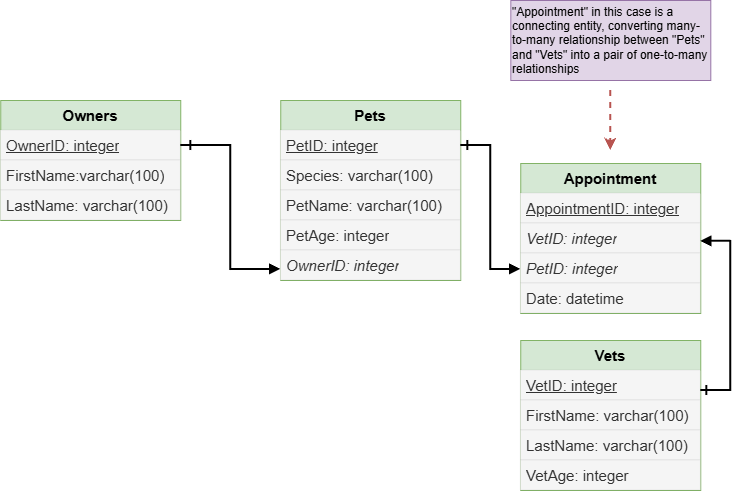
Above: DBModeling_homework2/ER_diagram.png in yliyaa09102007-oss/inno-de-lab-aug-2026_Yuliya_Kozhemyakina- (draw.io), before the change. Source tidied: cells renumbered, new cells last; positions are measured from the earlier drawing's top-left corner, leaving out a move shared by most shapes.
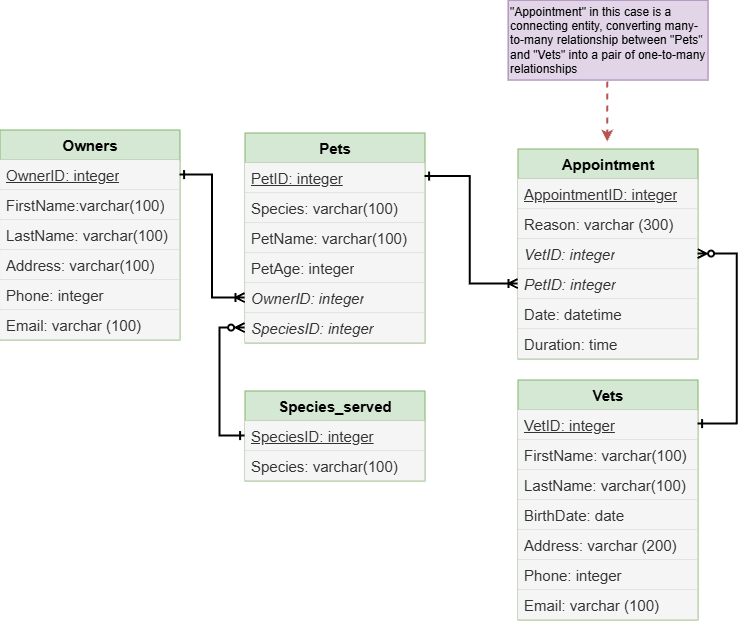
After the change.

Commit message:
Save work before switching to main

Diff of the diagram source:
```diff
@@ -3,7 +3,7 @@
     <mxCell id="0" />
     <mxCell id="1" parent="0" />
     <mxCell id="2" value="&lt;font style=&quot;font-size: 15px;&quot;&gt;&lt;b&gt;Owners&lt;/b&gt;&lt;/font&gt;" style="swimlane;fontStyle=0;horizontal=1;startSize=30;whiteSpace=wrap;html=1;fillColor=#d5e8d4;strokeColor=#82b366;strokeWidth=1;swimlaneFillColor=none;" parent="1" vertex="1">
-      <mxGeometry y="100" width="180" height="120" as="geometry" />
+      <mxGeometry x="2" y="90" width="180" height="210" as="geometry" />
     </mxCell>
     <mxCell id="3" value="&lt;font style=&quot;font-size: 15px;&quot;&gt;&lt;u&gt;OwnerID: integer&lt;/u&gt;&lt;/font&gt;" style="text;strokeColor=#666666;fillColor=#f5f5f5;align=left;verticalAlign=middle;spacingLeft=4;spacingRight=4;overflow=hidden;points=[[0,0.5],[1,0.5]];portConstraint=eastwest;whiteSpace=wrap;html=1;fontColor=#333333;strokeWidth=0;" parent="2" vertex="1">
       <mxGeometry y="30" width="180" height="30" as="geometry" />
@@ -14,8 +14,17 @@
     <mxCell id="5" value="&lt;font style=&quot;font-size: 15px;&quot;&gt;LastName: varchar(100)&lt;/font&gt;" style="text;strokeColor=#666666;fillColor=#f5f5f5;align=left;verticalAlign=middle;spacingLeft=4;spacingRight=4;overflow=hidden;whiteSpace=wrap;html=1;fontColor=#333333;strokeWidth=0;" parent="2" vertex="1">
       <mxGeometry y="90" width="180" height="30" as="geometry" />
     </mxCell>
+    <mxCell id="33" value="&lt;font style=&quot;font-size: 15px;&quot;&gt;Address: varchar(100)&lt;/font&gt;" style="text;strokeColor=#666666;fillColor=#f5f5f5;align=left;verticalAlign=middle;spacingLeft=4;spacingRight=4;overflow=hidden;whiteSpace=wrap;html=1;fontColor=#333333;strokeWidth=0;" parent="2" vertex="1">
+      <mxGeometry y="120" width="180" height="30" as="geometry" />
+    </mxCell>
+    <mxCell id="34" value="&lt;font style=&quot;font-size: 15px;&quot;&gt;Phone: integer&lt;/font&gt;" style="text;strokeColor=#666666;fillColor=#f5f5f5;align=left;verticalAlign=middle;spacingLeft=4;spacingRight=4;overflow=hidden;whiteSpace=wrap;html=1;fontColor=#333333;strokeWidth=0;" parent="2" vertex="1">
+      <mxGeometry y="150" width="180" height="30" as="geometry" />
+    </mxCell>
+    <mxCell id="35" value="&lt;font style=&quot;font-size: 15px;&quot;&gt;Email: varchar (100)&lt;/font&gt;" style="text;strokeColor=#666666;fillColor=#f5f5f5;align=left;verticalAlign=middle;spacingLeft=4;spacingRight=4;overflow=hidden;whiteSpace=wrap;html=1;fontColor=#333333;strokeWidth=0;" parent="2" vertex="1">
+      <mxGeometry y="180" width="180" height="30" as="geometry" />
+    </mxCell>
     <mxCell id="6" value="&lt;font style=&quot;font-size: 15px;&quot;&gt;&lt;b&gt;Pets&lt;/b&gt;&lt;/font&gt;" style="swimlane;fontStyle=0;horizontal=1;startSize=30;whiteSpace=wrap;html=1;fillColor=#d5e8d4;strokeColor=#82b366;strokeWidth=1;swimlaneFillColor=none;" parent="1" vertex="1">
-      <mxGeometry x="280" y="100" width="180" height="180" as="geometry" />
+      <mxGeometry x="247" y="93" width="180" height="210" as="geometry" />
     </mxCell>
     <mxCell id="7" value="&lt;font style=&quot;font-size: 15px;&quot;&gt;&lt;u&gt;PetID: integer&lt;/u&gt;&lt;/font&gt;" style="text;strokeColor=#666666;fillColor=#f5f5f5;align=left;verticalAlign=middle;spacingLeft=4;spacingRight=4;overflow=hidden;whiteSpace=wrap;html=1;fontColor=#333333;strokeWidth=0;" parent="6" vertex="1">
       <mxGeometry y="30" width="180" height="30" as="geometry" />
@@ -32,8 +41,11 @@
     <mxCell id="11" value="&lt;font style=&quot;font-size: 15px;&quot;&gt;&lt;i&gt;OwnerID: integer&lt;/i&gt;&lt;/font&gt;" style="text;strokeColor=#666666;fillColor=#f5f5f5;align=left;verticalAlign=middle;spacingLeft=4;spacingRight=4;overflow=hidden;points=[[0,0.5],[1,0.5]];portConstraint=eastwest;whiteSpace=wrap;html=1;fontColor=#333333;strokeWidth=0;" parent="6" vertex="1">
       <mxGeometry y="150" width="180" height="30" as="geometry" />
     </mxCell>
+    <mxCell id="36" value="&lt;font style=&quot;font-size: 15px;&quot;&gt;&lt;i&gt;SpeciesID: integer&lt;/i&gt;&lt;/font&gt;" style="text;strokeColor=#666666;fillColor=#f5f5f5;align=left;verticalAlign=middle;spacingLeft=4;spacingRight=4;overflow=hidden;points=[[0,0.5],[1,0.5]];portConstraint=eastwest;whiteSpace=wrap;html=1;fontColor=#333333;strokeWidth=0;" parent="6" vertex="1">
+      <mxGeometry y="180" width="180" height="30" as="geometry" />
+    </mxCell>
     <mxCell id="12" value="&lt;font style=&quot;font-size: 15px;&quot;&gt;&lt;b&gt;Vets&lt;/b&gt;&lt;/font&gt;" style="swimlane;fontStyle=0;horizontal=1;startSize=30;whiteSpace=wrap;html=1;fillColor=#d5e8d4;strokeColor=#82b366;strokeWidth=1;swimlaneFillColor=none;" parent="1" vertex="1">
-      <mxGeometry x="520" y="340" width="180" height="150" as="geometry" />
+      <mxGeometry x="520" y="340" width="180" height="240" as="geometry" />
     </mxCell>
     <mxCell id="13" value="&lt;font style=&quot;font-size: 15px;&quot;&gt;&lt;u&gt;VetID: integer&lt;/u&gt;&lt;/font&gt;" style="text;strokeColor=#666666;fillColor=#f5f5f5;align=left;verticalAlign=middle;spacingLeft=4;spacingRight=4;overflow=hidden;whiteSpace=wrap;html=1;fontColor=#333333;strokeWidth=0;" parent="12" vertex="1">
       <mxGeometry y="30" width="180" height="30" as="geometry" />
@@ -44,94 +56,85 @@
     <mxCell id="15" value="&lt;font style=&quot;font-size: 15px;&quot;&gt;LastName: varchar(100)&lt;/font&gt;" style="text;strokeColor=#666666;fillColor=#f5f5f5;align=left;verticalAlign=middle;spacingLeft=4;spacingRight=4;overflow=hidden;whiteSpace=wrap;html=1;fontColor=#333333;strokeWidth=0;" parent="12" vertex="1">
       <mxGeometry y="90" width="180" height="30" as="geometry" />
     </mxCell>
-    <mxCell id="16" value="&lt;font style=&quot;font-size: 15px;&quot;&gt;VetAge: integer&lt;/font&gt;" style="text;strokeColor=#666666;fillColor=#f5f5f5;align=left;verticalAlign=middle;spacingLeft=4;spacingRight=4;overflow=hidden;whiteSpace=wrap;html=1;fontColor=#333333;strokeWidth=0;" parent="12" vertex="1">
+    <mxCell id="16" value="&lt;span style=&quot;font-size: 15px;&quot;&gt;BirthDate: date&lt;/span&gt;" style="text;strokeColor=#666666;fillColor=#f5f5f5;align=left;verticalAlign=middle;spacingLeft=4;spacingRight=4;overflow=hidden;whiteSpace=wrap;html=1;fontColor=#333333;strokeWidth=0;" parent="12" vertex="1">
       <mxGeometry y="120" width="180" height="30" as="geometry" />
     </mxCell>
+    <mxCell id="37" value="&lt;span style=&quot;font-size: 15px;&quot;&gt;Address: varchar (200)&lt;/span&gt;" style="text;strokeColor=#666666;fillColor=#f5f5f5;align=left;verticalAlign=middle;spacingLeft=4;spacingRight=4;overflow=hidden;whiteSpace=wrap;html=1;fontColor=#333333;strokeWidth=0;" parent="12" vertex="1">
+      <mxGeometry y="150" width="180" height="30" as="geometry" />
+    </mxCell>
+    <mxCell id="38" value="&lt;span style=&quot;font-size: 15px;&quot;&gt;Phone: integer&lt;/span&gt;" style="text;strokeColor=#666666;fillColor=#f5f5f5;align=left;verticalAlign=middle;spacingLeft=4;spacingRight=4;overflow=hidden;whiteSpace=wrap;html=1;fontColor=#333333;strokeWidth=0;" parent="12" vertex="1">
+      <mxGeometry y="180" width="180" height="30" as="geometry" />
+    </mxCell>
+    <mxCell id="39" value="&lt;span style=&quot;font-size: 15px;&quot;&gt;Email: varchar (100)&lt;/span&gt;" style="text;strokeColor=#666666;fillColor=#f5f5f5;align=left;verticalAlign=middle;spacingLeft=4;spacingRight=4;overflow=hidden;whiteSpace=wrap;html=1;fontColor=#333333;strokeWidth=0;" parent="12" vertex="1">
+      <mxGeometry y="210" width="180" height="30" as="geometry" />
+    </mxCell>
     <mxCell id="17" value="&lt;font style=&quot;font-size: 15px;&quot;&gt;&lt;b&gt;Appointment&lt;/b&gt;&lt;/font&gt;" style="swimlane;fontStyle=0;horizontal=1;startSize=30;whiteSpace=wrap;html=1;fillColor=#d5e8d4;strokeColor=#82b366;strokeWidth=1;swimlaneFillColor=none;" parent="1" vertex="1">
-      <mxGeometry x="520" y="163" width="180" height="150" as="geometry" />
+      <mxGeometry x="520" y="109" width="180" height="210" as="geometry" />
     </mxCell>
     <mxCell id="18" value="&lt;font style=&quot;font-size: 15px;&quot;&gt;&lt;u&gt;AppointmentID: integer&lt;/u&gt;&lt;/font&gt;" style="text;strokeColor=#666666;fillColor=#f5f5f5;align=left;verticalAlign=middle;spacingLeft=4;spacingRight=4;overflow=hidden;whiteSpace=wrap;html=1;fontColor=#333333;strokeWidth=0;" parent="17" vertex="1">
       <mxGeometry y="30" width="180" height="30" as="geometry" />
     </mxCell>
+    <mxCell id="40" value="&lt;font style=&quot;font-size: 15px;&quot;&gt;Reason: varchar (300)&lt;/font&gt;" style="text;strokeColor=#666666;fillColor=#f5f5f5;align=left;verticalAlign=middle;spacingLeft=4;spacingRight=4;overflow=hidden;whiteSpace=wrap;html=1;fontColor=#333333;strokeWidth=0;" parent="17" vertex="1">
+      <mxGeometry y="60" width="180" height="30" as="geometry" />
+    </mxCell>
     <mxCell id="19" value="&lt;font style=&quot;font-size: 15px;&quot;&gt;&lt;i&gt;VetID: integer&lt;/i&gt;&lt;/font&gt;" style="text;align=left;verticalAlign=middle;spacingLeft=4;spacingRight=4;overflow=hidden;whiteSpace=wrap;html=1;fillColor=#f5f5f5;strokeColor=#666666;fontColor=#333333;strokeWidth=0;" parent="17" vertex="1">
-      <mxGeometry y="60" width="180" height="30" as="geometry" />
+      <mxGeometry y="90" width="180" height="30" as="geometry" />
     </mxCell>
     <mxCell id="20" value="&lt;span style=&quot;font-size: 15px;&quot;&gt;&lt;i&gt;PetID: integer&lt;/i&gt;&lt;/span&gt;" style="text;strokeColor=#666666;fillColor=#f5f5f5;align=left;verticalAlign=middle;spacingLeft=4;spacingRight=4;overflow=hidden;points=[[0,0.5],[1,0.5]];portConstraint=eastwest;whiteSpace=wrap;html=1;fontColor=#333333;strokeWidth=0;" parent="17" vertex="1">
-      <mxGeometry y="90" width="180" height="30" as="geometry" />
+      <mxGeometry y="120" width="180" height="30" as="geometry" />
     </mxCell>
     <mxCell id="21" value="&lt;font style=&quot;font-size: 15px;&quot;&gt;Date: datetime&lt;/font&gt;" style="text;strokeColor=#666666;fillColor=#f5f5f5;align=left;verticalAlign=middle;spacingLeft=4;spacingRight=4;overflow=hidden;whiteSpace=wrap;html=1;fontColor=#333333;strokeWidth=0;" parent="17" vertex="1">
-      <mxGeometry y="120" width="180" height="30" as="geometry" />
+      <mxGeometry y="150" width="180" height="30" as="geometry" />
     </mxCell>
-    <mxCell id="22" style="endArrow=none;html=1;rounded=0;exitX=1;exitY=0.5;exitDx=0;exitDy=0;strokeWidth=2;" parent="1" edge="1" source="3">
-      <mxGeometry relative="1" as="geometry">
-        <mxPoint x="230" y="270" as="targetPoint" />
-        <Array as="points">
-          <mxPoint x="230" y="145" />
-        </Array>
-      </mxGeometry>
-    </mxCell>
-    <mxCell id="23" style="endArrow=block;html=1;rounded=0;endFill=1;strokeWidth=2;" parent="1" edge="1">
-      <mxGeometry relative="1" as="geometry">
-        <mxPoint x="230" y="269" as="sourcePoint" />
-        <mxPoint x="280" y="269" as="targetPoint" />
-      </mxGeometry>
-    </mxCell>
-    <mxCell id="24" style="endArrow=none;html=1;rounded=0;strokeWidth=2;" parent="1" edge="1">
-      <mxGeometry relative="1" as="geometry">
-        <mxPoint x="190" y="150" as="sourcePoint" />
-        <mxPoint x="190" y="140" as="targetPoint" />
-      </mxGeometry>
-    </mxCell>
-    <mxCell id="25" style="endArrow=none;html=1;rounded=0;strokeWidth=2;" parent="1" edge="1">
-      <mxGeometry relative="1" as="geometry">
-        <mxPoint x="460" y="145" as="sourcePoint" />
-        <mxPoint x="490" y="270" as="targetPoint" />
-        <Array as="points">
-          <mxPoint x="490" y="145" />
-        </Array>
-      </mxGeometry>
-    </mxCell>
-    <mxCell id="26" style="endArrow=block;html=1;rounded=0;endFill=1;strokeWidth=2;" parent="1" edge="1">
-      <mxGeometry relative="1" as="geometry">
-        <mxPoint x="490" y="269" as="sourcePoint" />
-        <mxPoint x="520" y="269" as="targetPoint" />
-      </mxGeometry>
-    </mxCell>
-    <mxCell id="27" style="endArrow=none;html=1;rounded=0;strokeWidth=2;" parent="1" edge="1">
-      <mxGeometry relative="1" as="geometry">
-        <mxPoint x="467" y="150" as="sourcePoint" />
-        <mxPoint x="467" y="140" as="targetPoint" />
-      </mxGeometry>
-    </mxCell>
-    <mxCell id="28" style="endArrow=none;html=1;rounded=0;strokeWidth=2;" parent="1" edge="1">
-      <mxGeometry relative="1" as="geometry">
-        <mxPoint x="700" y="390" as="sourcePoint" />
-        <mxPoint x="730" y="240" as="targetPoint" />
-        <Array as="points">
-          <mxPoint x="730" y="390" />
-        </Array>
-      </mxGeometry>
-    </mxCell>
-    <mxCell id="29" style="endArrow=none;html=1;rounded=0;strokeWidth=2;" parent="1" edge="1">
-      <mxGeometry relative="1" as="geometry">
-        <mxPoint x="706" y="395" as="sourcePoint" />
-        <mxPoint x="706" y="385" as="targetPoint" />
-      </mxGeometry>
-    </mxCell>
-    <mxCell id="30" style="endArrow=none;html=1;rounded=0;endFill=0;startArrow=block;startFill=1;strokeWidth=2;" parent="1" edge="1">
-      <mxGeometry relative="1" as="geometry">
-        <mxPoint x="700" y="240.8" as="sourcePoint" />
-        <mxPoint x="730" y="240.8" as="targetPoint" />
-      </mxGeometry>
-    </mxCell>
+    <mxCell id="41" value="&lt;font style=&quot;font-size: 15px;&quot;&gt;Duration: time&lt;/font&gt;" style="text;strokeColor=#666666;fillColor=#f5f5f5;align=left;verticalAlign=middle;spacingLeft=4;spacingRight=4;overflow=hidden;whiteSpace=wrap;html=1;fontColor=#333333;strokeWidth=0;" parent="17" vertex="1">
+      <mxGeometry y="180" width="180" height="30" as="geometry" />
+    </mxCell>
     <mxCell id="31" style="endArrow=classic;html=1;rounded=0;fillColor=#f8cecc;strokeColor=#b85450;strokeWidth=2;dashed=1;" parent="1" edge="1">
       <mxGeometry relative="1" as="geometry">
-        <mxPoint x="610" y="90" as="sourcePoint" />
-        <mxPoint x="610" y="150" as="targetPoint" />
+        <mxPoint x="609.6" y="42" as="sourcePoint" />
+        <mxPoint x="609.6" y="102" as="targetPoint" />
       </mxGeometry>
     </mxCell>
     <mxCell id="32" value="&lt;div style=&quot;&quot;&gt;&lt;span style=&quot;background-color: transparent; color: light-dark(rgb(0, 0, 0), rgb(255, 255, 255));&quot;&gt;&quot;Appointment&quot; in this case is a connecting entity, converting many-to-many relationship between &quot;Pets&quot; and &quot;Vets&quot; into a pair of one-to-many relationships&lt;/span&gt;&lt;/div&gt;" style="text;html=1;whiteSpace=wrap;strokeColor=#9673a6;fillColor=#e1d5e7;align=left;verticalAlign=middle;rounded=0;" parent="1" vertex="1">
-      <mxGeometry x="510" width="200" height="80" as="geometry" />
+      <mxGeometry x="510" y="-40" width="200" height="80" as="geometry" />
     </mxCell>
+    <mxCell id="42" value="&lt;font style=&quot;font-size: 15px;&quot;&gt;&lt;b&gt;Species_served&lt;/b&gt;&lt;/font&gt;" style="swimlane;fontStyle=0;horizontal=1;startSize=30;whiteSpace=wrap;html=1;fillColor=#d5e8d4;strokeColor=#82b366;strokeWidth=1;swimlaneFillColor=none;" parent="1" vertex="1">
+      <mxGeometry x="247" y="351" width="180" height="90" as="geometry" />
+    </mxCell>
+    <mxCell id="43" value="&lt;font style=&quot;font-size: 15px;&quot;&gt;&lt;u&gt;SpeciesID: integer&lt;/u&gt;&lt;/font&gt;" style="text;strokeColor=#666666;fillColor=#f5f5f5;align=left;verticalAlign=middle;spacingLeft=4;spacingRight=4;overflow=hidden;whiteSpace=wrap;html=1;fontColor=#333333;strokeWidth=0;" parent="42" vertex="1">
+      <mxGeometry y="30" width="180" height="30" as="geometry" />
+    </mxCell>
+    <mxCell id="44" value="&lt;font style=&quot;font-size: 15px;&quot;&gt;Species: varchar(100)&lt;/font&gt;" style="text;align=left;verticalAlign=middle;spacingLeft=4;spacingRight=4;overflow=hidden;whiteSpace=wrap;html=1;fillColor=#f5f5f5;strokeColor=#666666;fontColor=#333333;strokeWidth=0;" parent="42" vertex="1">
+      <mxGeometry y="60" width="180" height="30" as="geometry" />
+    </mxCell>
+    <mxCell id="45" style="edgeStyle=orthogonalEdgeStyle;fontSize=12;html=1;endArrow=ERoneToMany;endFill=0;rounded=0;startArrow=ERone;startFill=0;exitX=1;exitY=0.5;exitDx=0;exitDy=0;entryX=0;entryY=0.5;entryDx=0;entryDy=0;startSize=6;strokeWidth=2;" parent="1" edge="1" source="3" target="11">
+      <mxGeometry relative="1" as="geometry" />
+    </mxCell>
+    <mxCell id="46" style="edgeStyle=orthogonalEdgeStyle;fontSize=12;html=1;endArrow=ERoneToMany;endFill=0;rounded=0;startArrow=ERone;startFill=0;exitX=1;exitY=0.5;exitDx=0;exitDy=0;entryX=0;entryY=0.5;entryDx=0;entryDy=0;startSize=6;strokeWidth=2;" parent="1" edge="1" target="20">
+      <mxGeometry relative="1" as="geometry">
+        <mxPoint x="427" y="136.5" as="sourcePoint" />
+        <Array as="points">
+          <mxPoint x="472.2" y="136.5" />
+          <mxPoint x="472.2" y="244" />
+        </Array>
+      </mxGeometry>
+    </mxCell>
+    <mxCell id="47" style="edgeStyle=orthogonalEdgeStyle;fontSize=12;html=1;endArrow=ERzeroToMany;endFill=0;rounded=0;startArrow=ERone;startFill=0;exitX=1;exitY=0.5;exitDx=0;exitDy=0;startSize=6;strokeWidth=2;entryX=1;entryY=0.5;entryDx=0;entryDy=0;" parent="1" edge="1" target="17">
+      <mxGeometry relative="1" as="geometry">
+        <mxPoint x="700" y="384" as="sourcePoint" />
+        <Array as="points">
+          <mxPoint x="739.1" y="384" />
+          <mxPoint x="739.1" y="214" />
+        </Array>
+      </mxGeometry>
+    </mxCell>
+    <mxCell id="48" style="edgeStyle=orthogonalEdgeStyle;fontSize=12;html=1;endArrow=ERzeroToMany;endFill=0;rounded=0;startArrow=ERone;startFill=0;exitX=0;exitY=0.5;exitDx=0;exitDy=0;entryX=0;entryY=0.5;entryDx=0;entryDy=0;startSize=6;strokeWidth=2;" parent="1" edge="1" source="42" target="36">
+      <mxGeometry relative="1" as="geometry">
+        <Array as="points">
+          <mxPoint x="221.9" y="396" />
+          <mxPoint x="221.9" y="288" />
+        </Array>
+      </mxGeometry>
+    </mxCell>
   </root>
 </mxGraphModel>
```
